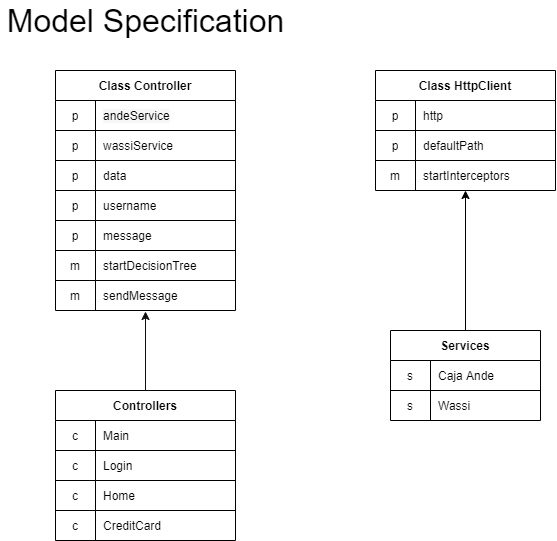
Before: docs/model-specification.drawio.png, a diagram exported from draw.io (gestsol/asistente-caja-ande). Source tidied: cells renumbered, new cells last; positions are measured from the earlier drawing's top-left corner, leaving out a move shared by most shapes.
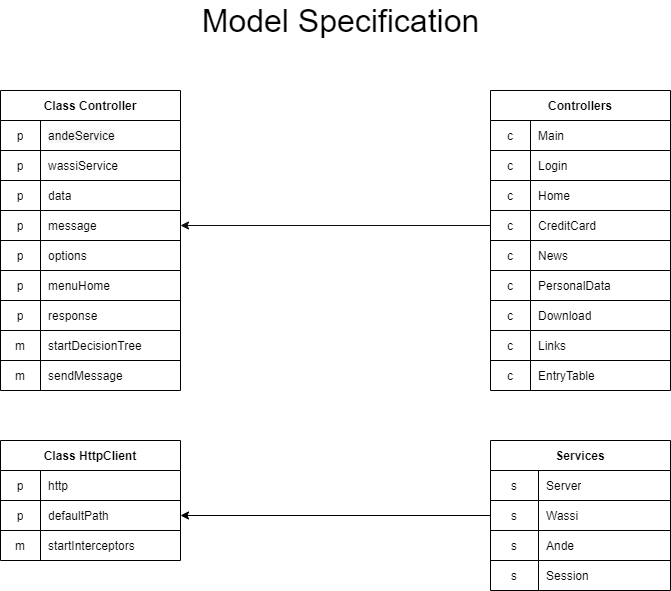
After the commit.

What changed in the source:
```diff
@@ -2,11 +2,11 @@
   <root>
     <mxCell id="0" />
     <mxCell id="1" parent="0" />
-    <mxCell id="2" style="edgeStyle=none;html=1;fontColor=#000000;strokeColor=#000000;exitX=0.5;exitY=0;exitDx=0;exitDy=0;" parent="1" edge="1" source="27" target="10">
+    <mxCell id="2" style="edgeStyle=none;html=1;fontColor=#000000;strokeColor=#000000;exitX=0;exitY=0.5;exitDx=0;exitDy=0;entryX=1;entryY=0.5;entryDx=0;entryDy=0;" parent="1" edge="1" source="28" target="7">
       <mxGeometry relative="1" as="geometry" />
     </mxCell>
     <mxCell id="3" value="Class HttpClient" style="shape=table;startSize=30;rowLines=1;fontStyle=1;align=center;fontColor=#000000;strokeColor=#000000;fillColor=#FFFFFF;rounded=0;" parent="1" vertex="1">
-      <mxGeometry x="375" y="70" width="180" height="120" as="geometry" />
+      <mxGeometry x="-195" y="440" width="180" height="120" as="geometry" />
     </mxCell>
     <mxCell id="4" style="shape=partialRectangle;html=1;whiteSpace=wrap;fillColor=none;top=0;left=0;bottom=1;right=0;fontColor=#000000;strokeColor=#000000;" parent="3" vertex="1">
       <mxGeometry y="30" width="180" height="30" as="geometry" />
@@ -35,11 +35,11 @@
     <mxCell id="12" value="startInterceptors" style="shape=partialRectangle;html=1;whiteSpace=wrap;fillColor=none;top=0;left=0;bottom=0;right=0;align=left;spacingLeft=6;overflow=hidden;fontColor=#000000;strokeColor=#000000;" parent="10" vertex="1">
       <mxGeometry x="40" width="140" height="30" as="geometry" />
     </mxCell>
-    <mxCell id="13" style="edgeStyle=none;html=1;fontColor=#000000;strokeColor=#0F0F0F;entryX=0.5;entryY=1.033;entryDx=0;entryDy=0;entryPerimeter=0;" parent="1" edge="1" source="14" target="53">
+    <mxCell id="13" style="edgeStyle=none;html=1;fontColor=#000000;strokeColor=#0F0F0F;entryX=1;entryY=0.5;entryDx=0;entryDy=0;exitX=0;exitY=0.5;exitDx=0;exitDy=0;" parent="1" edge="1" source="24" target="44">
       <mxGeometry relative="1" as="geometry" />
     </mxCell>
     <mxCell id="14" value="Controllers" style="shape=table;startSize=30;rowLines=1;fontStyle=1;align=center;fontColor=#000000;strokeColor=#000000;fillColor=#FFFFFF;rounded=0;" parent="1" vertex="1">
-      <mxGeometry x="55" y="390" width="180" height="150" as="geometry" />
+      <mxGeometry x="295" y="90" width="180" height="300" as="geometry" />
     </mxCell>
     <mxCell id="15" style="shape=partialRectangle;html=1;whiteSpace=wrap;fillColor=none;top=0;left=0;bottom=1;right=0;fontColor=#000000;strokeColor=#000000;" parent="14" vertex="1">
       <mxGeometry y="30" width="180" height="30" as="geometry" />
@@ -77,29 +77,92 @@
     <mxCell id="26" value="CreditCard" style="shape=partialRectangle;html=1;whiteSpace=wrap;fillColor=none;top=0;left=0;bottom=0;right=0;align=left;spacingLeft=6;overflow=hidden;fontColor=#000000;strokeColor=#000000;" parent="24" vertex="1">
       <mxGeometry x="40" width="140" height="30" as="geometry" />
     </mxCell>
+    <mxCell id="57" style="shape=partialRectangle;html=1;whiteSpace=wrap;fillColor=none;top=0;left=0;bottom=0;right=0;fontColor=#000000;strokeColor=#000000;" parent="14" vertex="1">
+      <mxGeometry y="150" width="180" height="30" as="geometry" />
+    </mxCell>
+    <mxCell id="58" value="c" style="shape=partialRectangle;html=1;whiteSpace=wrap;fillColor=none;top=0;left=0;bottom=0;right=0;overflow=hidden;fontColor=#000000;strokeColor=#000000;" parent="57" vertex="1">
+      <mxGeometry width="40" height="30" as="geometry" />
+    </mxCell>
+    <mxCell id="59" value="News" style="shape=partialRectangle;html=1;whiteSpace=wrap;fillColor=none;top=0;left=0;bottom=0;right=0;align=left;spacingLeft=6;overflow=hidden;fontColor=#000000;strokeColor=#000000;" parent="57" vertex="1">
+      <mxGeometry x="40" width="140" height="30" as="geometry" />
+    </mxCell>
+    <mxCell id="60" style="shape=partialRectangle;html=1;whiteSpace=wrap;fillColor=none;top=0;left=0;bottom=0;right=0;fontColor=#000000;strokeColor=#000000;" parent="14" vertex="1">
+      <mxGeometry y="180" width="180" height="30" as="geometry" />
+    </mxCell>
+    <mxCell id="61" value="c" style="shape=partialRectangle;html=1;whiteSpace=wrap;fillColor=none;top=0;left=0;bottom=0;right=0;overflow=hidden;fontColor=#000000;strokeColor=#000000;" parent="60" vertex="1">
+      <mxGeometry width="40" height="30" as="geometry" />
+    </mxCell>
+    <mxCell id="62" value="PersonalData&lt;span style=&quot;white-space: pre&quot;&gt;&#9;&lt;/span&gt;&lt;span style=&quot;white-space: pre&quot;&gt;&#9;&lt;/span&gt;" style="shape=partialRectangle;html=1;whiteSpace=wrap;fillColor=none;top=0;left=0;bottom=0;right=0;align=left;spacingLeft=6;overflow=hidden;fontColor=#000000;strokeColor=#000000;" parent="60" vertex="1">
+      <mxGeometry x="40" width="140" height="30" as="geometry" />
+    </mxCell>
+    <mxCell id="63" style="shape=partialRectangle;html=1;whiteSpace=wrap;fillColor=none;top=0;left=0;bottom=0;right=0;fontColor=#000000;strokeColor=#000000;" parent="14" vertex="1">
+      <mxGeometry y="210" width="180" height="30" as="geometry" />
+    </mxCell>
+    <mxCell id="64" value="c" style="shape=partialRectangle;html=1;whiteSpace=wrap;fillColor=none;top=0;left=0;bottom=0;right=0;overflow=hidden;fontColor=#000000;strokeColor=#000000;" parent="63" vertex="1">
+      <mxGeometry width="40" height="30" as="geometry" />
+    </mxCell>
+    <mxCell id="65" value="Download" style="shape=partialRectangle;html=1;whiteSpace=wrap;fillColor=none;top=0;left=0;bottom=0;right=0;align=left;spacingLeft=6;overflow=hidden;fontColor=#000000;strokeColor=#000000;" parent="63" vertex="1">
+      <mxGeometry x="40" width="140" height="30" as="geometry" />
+    </mxCell>
+    <mxCell id="66" style="shape=partialRectangle;html=1;whiteSpace=wrap;fillColor=none;top=0;left=0;bottom=0;right=0;fontColor=#000000;strokeColor=#000000;" parent="14" vertex="1">
+      <mxGeometry y="240" width="180" height="30" as="geometry" />
+    </mxCell>
+    <mxCell id="67" value="c" style="shape=partialRectangle;html=1;whiteSpace=wrap;fillColor=none;top=0;left=0;bottom=0;right=0;overflow=hidden;fontColor=#000000;strokeColor=#000000;" parent="66" vertex="1">
+      <mxGeometry width="40" height="30" as="geometry" />
+    </mxCell>
+    <mxCell id="68" value="Links" style="shape=partialRectangle;html=1;whiteSpace=wrap;fillColor=none;top=0;left=0;bottom=0;right=0;align=left;spacingLeft=6;overflow=hidden;fontColor=#000000;strokeColor=#000000;" parent="66" vertex="1">
+      <mxGeometry x="40" width="140" height="30" as="geometry" />
+    </mxCell>
+    <mxCell id="69" style="shape=partialRectangle;html=1;whiteSpace=wrap;fillColor=none;top=0;left=0;bottom=0;right=0;fontColor=#000000;strokeColor=#000000;" parent="14" vertex="1">
+      <mxGeometry y="270" width="180" height="30" as="geometry" />
+    </mxCell>
+    <mxCell id="70" value="c" style="shape=partialRectangle;html=1;whiteSpace=wrap;fillColor=none;top=0;left=0;bottom=0;right=0;overflow=hidden;fontColor=#000000;strokeColor=#000000;" parent="69" vertex="1">
+      <mxGeometry width="40" height="30" as="geometry" />
+    </mxCell>
+    <mxCell id="71" value="EntryTable" style="shape=partialRectangle;html=1;whiteSpace=wrap;fillColor=none;top=0;left=0;bottom=0;right=0;align=left;spacingLeft=6;overflow=hidden;fontColor=#000000;strokeColor=#000000;" parent="69" vertex="1">
+      <mxGeometry x="40" width="140" height="30" as="geometry" />
+    </mxCell>
     <mxCell id="27" value="Services" style="shape=table;startSize=30;rowLines=1;fontStyle=1;align=center;fontColor=#000000;strokeColor=#000000;fillColor=#FFFFFF;rounded=0;gradientColor=none;swimlaneFillColor=none;shadow=0;sketch=0;" parent="1" vertex="1">
-      <mxGeometry x="390" y="330" width="150" height="90" as="geometry" />
+      <mxGeometry x="295" y="440" width="180" height="150" as="geometry" />
     </mxCell>
+    <mxCell id="31" style="shape=partialRectangle;html=1;whiteSpace=wrap;fillColor=none;top=0;left=0;bottom=0;right=0;fontColor=#000000;strokeColor=#000000;" parent="27" vertex="1">
+      <mxGeometry y="30" width="180" height="30" as="geometry" />
+    </mxCell>
+    <mxCell id="32" value="s" style="shape=partialRectangle;html=1;whiteSpace=wrap;fillColor=none;top=0;left=0;bottom=0;right=0;overflow=hidden;fontColor=#000000;strokeColor=#000000;" parent="31" vertex="1">
+      <mxGeometry width="48" height="30" as="geometry" />
+    </mxCell>
+    <mxCell id="33" value="Server" style="shape=partialRectangle;html=1;whiteSpace=wrap;fillColor=none;top=0;left=0;bottom=0;right=0;align=left;spacingLeft=6;overflow=hidden;fontColor=#000000;strokeColor=#000000;" parent="31" vertex="1">
+      <mxGeometry x="48" width="132" height="30" as="geometry" />
+    </mxCell>
     <mxCell id="28" style="shape=partialRectangle;html=1;whiteSpace=wrap;fillColor=none;top=0;left=0;bottom=1;right=0;points=[[0,0.5],[1,0.5]];portConstraint=eastwest;fontColor=#000000;strokeColor=#000000;" parent="27" vertex="1">
-      <mxGeometry y="30" width="150" height="30" as="geometry" />
+      <mxGeometry y="60" width="180" height="30" as="geometry" />
     </mxCell>
     <mxCell id="29" value="s" style="shape=partialRectangle;html=1;whiteSpace=wrap;fillColor=none;top=0;left=0;bottom=0;right=0;overflow=hidden;fontColor=#000000;strokeColor=#000000;" parent="28" vertex="1">
-      <mxGeometry width="40" height="30" as="geometry" />
+      <mxGeometry width="48" height="30" as="geometry" />
     </mxCell>
-    <mxCell id="30" value="Caja Ande" style="shape=partialRectangle;html=1;whiteSpace=wrap;fillColor=none;top=0;left=0;bottom=0;right=0;align=left;spacingLeft=6;overflow=hidden;fontColor=#000000;strokeColor=#000000;" parent="28" vertex="1">
-      <mxGeometry x="40" width="110" height="30" as="geometry" />
+    <mxCell id="30" value="Wassi" style="shape=partialRectangle;html=1;whiteSpace=wrap;fillColor=none;top=0;left=0;bottom=0;right=0;align=left;spacingLeft=6;overflow=hidden;fontColor=#000000;strokeColor=#000000;" parent="28" vertex="1">
+      <mxGeometry x="48" width="132" height="30" as="geometry" />
     </mxCell>
-    <mxCell id="31" style="shape=partialRectangle;html=1;whiteSpace=wrap;fillColor=none;top=0;left=0;bottom=0;right=0;fontColor=#000000;strokeColor=#000000;" parent="27" vertex="1">
-      <mxGeometry y="60" width="150" height="30" as="geometry" />
-    </mxCell>
-    <mxCell id="32" value="s" style="shape=partialRectangle;html=1;whiteSpace=wrap;fillColor=none;top=0;left=0;bottom=0;right=0;overflow=hidden;fontColor=#000000;strokeColor=#000000;" parent="31" vertex="1">
-      <mxGeometry width="40" height="30" as="geometry" />
-    </mxCell>
-    <mxCell id="33" value="Wassi" style="shape=partialRectangle;html=1;whiteSpace=wrap;fillColor=none;top=0;left=0;bottom=0;right=0;align=left;spacingLeft=6;overflow=hidden;fontColor=#000000;strokeColor=#000000;" parent="31" vertex="1">
-      <mxGeometry x="40" width="110" height="30" as="geometry" />
-    </mxCell>
+    <mxCell id="72" style="shape=partialRectangle;html=1;whiteSpace=wrap;fillColor=none;top=0;left=0;bottom=0;right=0;fontColor=#000000;strokeColor=#000000;" parent="27" vertex="1">
+      <mxGeometry y="90" width="180" height="30" as="geometry" />
+    </mxCell>
+    <mxCell id="73" value="s" style="shape=partialRectangle;html=1;whiteSpace=wrap;fillColor=none;top=0;left=0;bottom=0;right=0;overflow=hidden;fontColor=#000000;strokeColor=#000000;" parent="72" vertex="1">
+      <mxGeometry width="48" height="30" as="geometry" />
+    </mxCell>
+    <mxCell id="74" value="Ande" style="shape=partialRectangle;html=1;whiteSpace=wrap;fillColor=none;top=0;left=0;bottom=0;right=0;align=left;spacingLeft=6;overflow=hidden;fontColor=#000000;strokeColor=#000000;" parent="72" vertex="1">
+      <mxGeometry x="48" width="132" height="30" as="geometry" />
+    </mxCell>
+    <mxCell id="75" style="shape=partialRectangle;html=1;whiteSpace=wrap;fillColor=none;top=0;left=0;bottom=0;right=0;fontColor=#000000;strokeColor=#000000;" parent="27" vertex="1">
+      <mxGeometry y="120" width="180" height="30" as="geometry" />
+    </mxCell>
+    <mxCell id="76" value="s" style="shape=partialRectangle;html=1;whiteSpace=wrap;fillColor=none;top=0;left=0;bottom=0;right=0;overflow=hidden;fontColor=#000000;strokeColor=#000000;" parent="75" vertex="1">
+      <mxGeometry width="48" height="30" as="geometry" />
+    </mxCell>
+    <mxCell id="77" value="Session" style="shape=partialRectangle;html=1;whiteSpace=wrap;fillColor=none;top=0;left=0;bottom=0;right=0;align=left;spacingLeft=6;overflow=hidden;fontColor=#000000;strokeColor=#000000;" parent="75" vertex="1">
+      <mxGeometry x="48" width="132" height="30" as="geometry" />
+    </mxCell>
     <mxCell id="34" value="Class Controller" style="shape=table;startSize=30;rowLines=1;fontStyle=1;align=center;fontColor=#000000;strokeColor=#000000;fillColor=#FFFFFF;rounded=0;" parent="1" vertex="1">
-      <mxGeometry x="55" y="70" width="180" height="240" as="geometry" />
+      <mxGeometry x="-195" y="90" width="180" height="300" as="geometry" />
     </mxCell>
     <mxCell id="35" style="shape=partialRectangle;html=1;whiteSpace=wrap;fillColor=none;top=0;left=0;bottom=1;right=0;fontColor=#000000;strokeColor=#000000;" parent="34" vertex="1">
       <mxGeometry y="30" width="180" height="30" as="geometry" />
@@ -134,20 +197,38 @@
     <mxCell id="45" value="p" style="shape=partialRectangle;html=1;whiteSpace=wrap;fillColor=none;top=0;left=0;bottom=0;right=0;overflow=hidden;fontColor=#000000;strokeColor=#000000;" parent="44" vertex="1">
       <mxGeometry width="40" height="30" as="geometry" />
     </mxCell>
-    <mxCell id="46" value="username" style="shape=partialRectangle;html=1;whiteSpace=wrap;fillColor=none;top=0;left=0;bottom=0;right=0;align=left;spacingLeft=6;overflow=hidden;fontColor=#000000;strokeColor=#000000;" parent="44" vertex="1">
+    <mxCell id="46" value="message" style="shape=partialRectangle;html=1;whiteSpace=wrap;fillColor=none;top=0;left=0;bottom=0;right=0;align=left;spacingLeft=6;overflow=hidden;fontColor=#000000;strokeColor=#000000;" parent="44" vertex="1">
       <mxGeometry x="40" width="140" height="30" as="geometry" />
     </mxCell>
+    <mxCell id="78" style="shape=partialRectangle;html=1;whiteSpace=wrap;fillColor=none;top=0;left=0;bottom=0;right=0;fontColor=#000000;strokeColor=#000000;" parent="34" vertex="1">
+      <mxGeometry y="150" width="180" height="30" as="geometry" />
+    </mxCell>
+    <mxCell id="79" value="p" style="shape=partialRectangle;html=1;whiteSpace=wrap;fillColor=none;top=0;left=0;bottom=0;right=0;overflow=hidden;fontColor=#000000;strokeColor=#000000;" parent="78" vertex="1">
+      <mxGeometry width="40" height="30" as="geometry" />
+    </mxCell>
+    <mxCell id="80" value="options" style="shape=partialRectangle;html=1;whiteSpace=wrap;fillColor=none;top=0;left=0;bottom=0;right=0;align=left;spacingLeft=6;overflow=hidden;fontColor=#000000;strokeColor=#000000;" parent="78" vertex="1">
+      <mxGeometry x="40" width="140" height="30" as="geometry" />
+    </mxCell>
+    <mxCell id="81" style="shape=partialRectangle;html=1;whiteSpace=wrap;fillColor=none;top=0;left=0;bottom=0;right=0;fontColor=#000000;strokeColor=#000000;" parent="34" vertex="1">
+      <mxGeometry y="180" width="180" height="30" as="geometry" />
+    </mxCell>
+    <mxCell id="82" value="p" style="shape=partialRectangle;html=1;whiteSpace=wrap;fillColor=none;top=0;left=0;bottom=0;right=0;overflow=hidden;fontColor=#000000;strokeColor=#000000;" parent="81" vertex="1">
+      <mxGeometry width="40" height="30" as="geometry" />
+    </mxCell>
+    <mxCell id="83" value="menuHome" style="shape=partialRectangle;html=1;whiteSpace=wrap;fillColor=none;top=0;left=0;bottom=0;right=0;align=left;spacingLeft=6;overflow=hidden;fontColor=#000000;strokeColor=#000000;" parent="81" vertex="1">
+      <mxGeometry x="40" width="140" height="30" as="geometry" />
+    </mxCell>
     <mxCell id="47" style="shape=partialRectangle;html=1;whiteSpace=wrap;fillColor=none;top=0;left=0;bottom=0;right=0;fontColor=#000000;strokeColor=#000000;" parent="34" vertex="1">
-      <mxGeometry y="150" width="180" height="30" as="geometry" />
+      <mxGeometry y="210" width="180" height="30" as="geometry" />
     </mxCell>
     <mxCell id="48" value="p" style="shape=partialRectangle;html=1;whiteSpace=wrap;fillColor=none;top=0;left=0;bottom=0;right=0;overflow=hidden;fontColor=#000000;strokeColor=#000000;" parent="47" vertex="1">
       <mxGeometry width="40" height="30" as="geometry" />
     </mxCell>
-    <mxCell id="49" value="message" style="shape=partialRectangle;html=1;whiteSpace=wrap;fillColor=none;top=0;left=0;bottom=0;right=0;align=left;spacingLeft=6;overflow=hidden;fontColor=#000000;strokeColor=#000000;" parent="47" vertex="1">
+    <mxCell id="49" value="response" style="shape=partialRectangle;html=1;whiteSpace=wrap;fillColor=none;top=0;left=0;bottom=0;right=0;align=left;spacingLeft=6;overflow=hidden;fontColor=#000000;strokeColor=#000000;" parent="47" vertex="1">
       <mxGeometry x="40" width="140" height="30" as="geometry" />
     </mxCell>
     <mxCell id="50" style="shape=partialRectangle;html=1;whiteSpace=wrap;fillColor=none;top=0;left=0;bottom=0;right=0;fontColor=#000000;strokeColor=#000000;" parent="34" vertex="1">
-      <mxGeometry y="180" width="180" height="30" as="geometry" />
+      <mxGeometry y="240" width="180" height="30" as="geometry" />
     </mxCell>
     <mxCell id="51" value="m" style="shape=partialRectangle;html=1;whiteSpace=wrap;fillColor=none;top=0;left=0;bottom=0;right=0;overflow=hidden;fontColor=#000000;strokeColor=#000000;" parent="50" vertex="1">
       <mxGeometry width="40" height="30" as="geometry" />
@@ -156,7 +237,7 @@
       <mxGeometry x="40" width="140" height="30" as="geometry" />
     </mxCell>
     <mxCell id="53" style="shape=partialRectangle;html=1;whiteSpace=wrap;fillColor=none;top=0;left=0;bottom=0;right=0;points=[[0,0.5],[1,0.5]];portConstraint=eastwest;fontColor=#000000;strokeColor=#000000;" parent="34" vertex="1">
-      <mxGeometry y="210" width="180" height="30" as="geometry" />
+      <mxGeometry y="270" width="180" height="30" as="geometry" />
     </mxCell>
     <mxCell id="54" value="m" style="shape=partialRectangle;html=1;whiteSpace=wrap;fillColor=none;top=0;left=0;bottom=0;right=0;overflow=hidden;fontColor=#000000;strokeColor=#000000;" parent="53" vertex="1">
       <mxGeometry width="40" height="30" as="geometry" />
```
